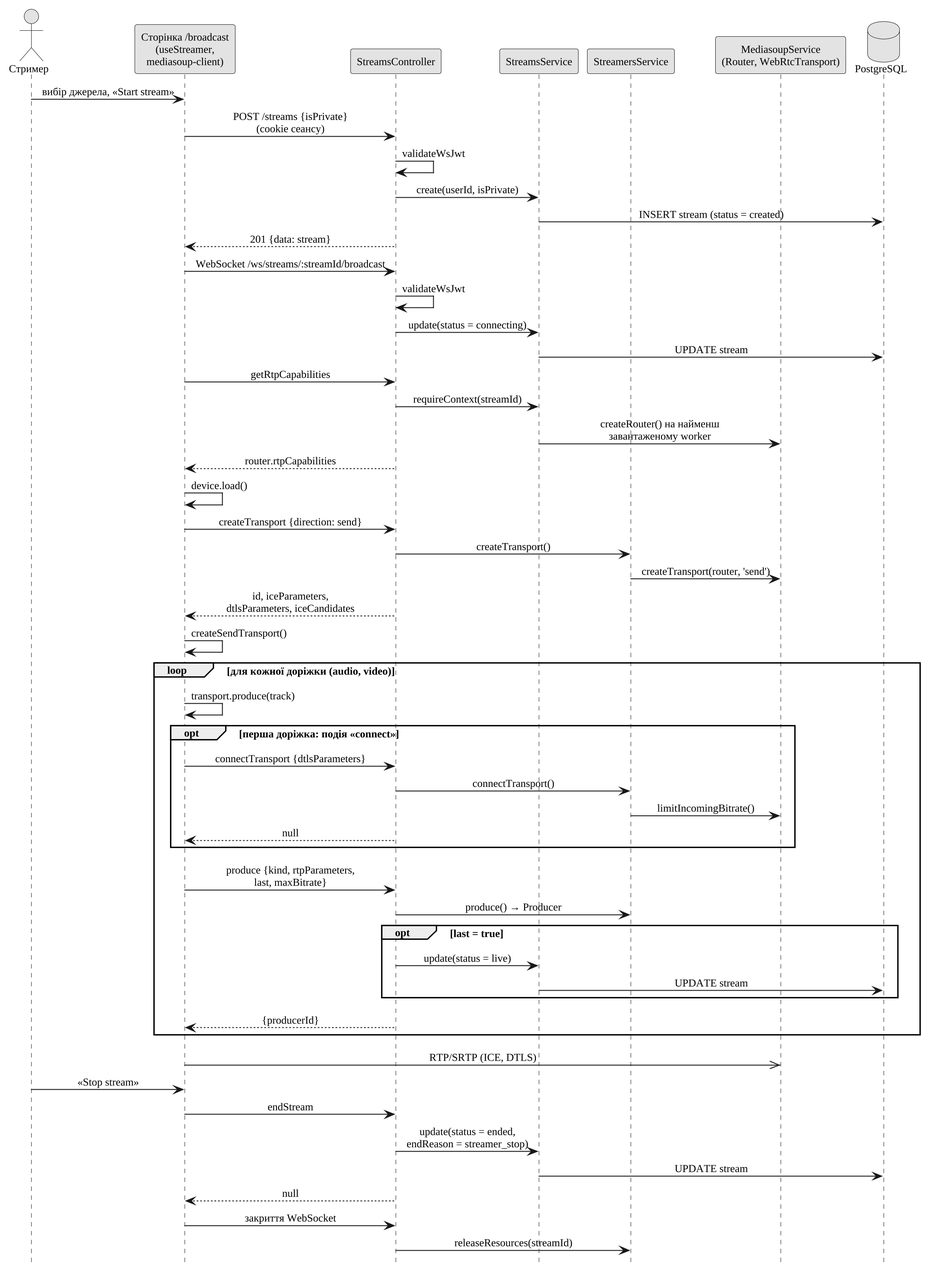
Above: thesis/diagrams/fig-seq-broadcast.png in Nikitos1926/stream-share (PlantUML), before the change. Source of this version:
```plantuml
@startuml
!pragma layout smetana
skinparam defaultFontName "Liberation Serif"
skinparam dpi 200
skinparam shadowing false
skinparam monochrome true
skinparam defaultFontSize 12
skinparam sequenceMessageAlign center
hide footbox

actor "Стример" as U
participant "Сторінка /broadcast\n(useStreamer,\nmediasoup-client)" as P
participant "StreamsController" as C
participant "StreamsService" as SS
participant "StreamersService" as ST
participant "MediasoupService\n(Router, WebRtcTransport)" as MS
database "PostgreSQL" as DB

U -> P : вибір джерела, «Start stream»
P -> C : POST /streams {isPrivate}\n(cookie сеансу)
C -> C : validateWsJwt
C -> SS : create(userId, isPrivate)
SS -> DB : INSERT stream (status = created)
C --> P : 201 {data: stream}

P -> C : WebSocket /ws/streams/:streamId/broadcast
C -> C : validateWsJwt
C -> SS : update(status = connecting)
SS -> DB : UPDATE stream

P -> C : getRtpCapabilities
C -> SS : requireContext(streamId)
SS -> MS : createRouter() на найменш\nзавантаженому worker
C --> P : router.rtpCapabilities
P -> P : device.load()

P -> C : createTransport {direction: send}
C -> ST : createTransport()
ST -> MS : createTransport(router, 'send')
C --> P : id, iceParameters,\ndtlsParameters, iceCandidates
P -> P : createSendTransport()

loop для кожної доріжки (audio, video)
  P -> P : transport.produce(track)
  opt перша доріжка: подія «connect»
    P -> C : connectTransport {dtlsParameters}
    C -> ST : connectTransport()
    ST -> MS : limitIncomingBitrate()
    C --> P : null
  end
  P -> C : produce {kind, rtpParameters,\nlast, maxBitrate}
  C -> ST : produce() → Producer
  opt last = true
    C -> SS : update(status = live)
    SS -> DB : UPDATE stream
  end
  C --> P : {producerId}
end

P ->> MS : RTP/SRTP (ICE, DTLS)

U -> P : «Stop stream»
P -> C : endStream
C -> SS : update(status = ended,\nendReason = streamer_stop)
SS -> DB : UPDATE stream
C --> P : null
P -> C : закриття WebSocket
C -> ST : releaseResources(streamId)
@enduml
```
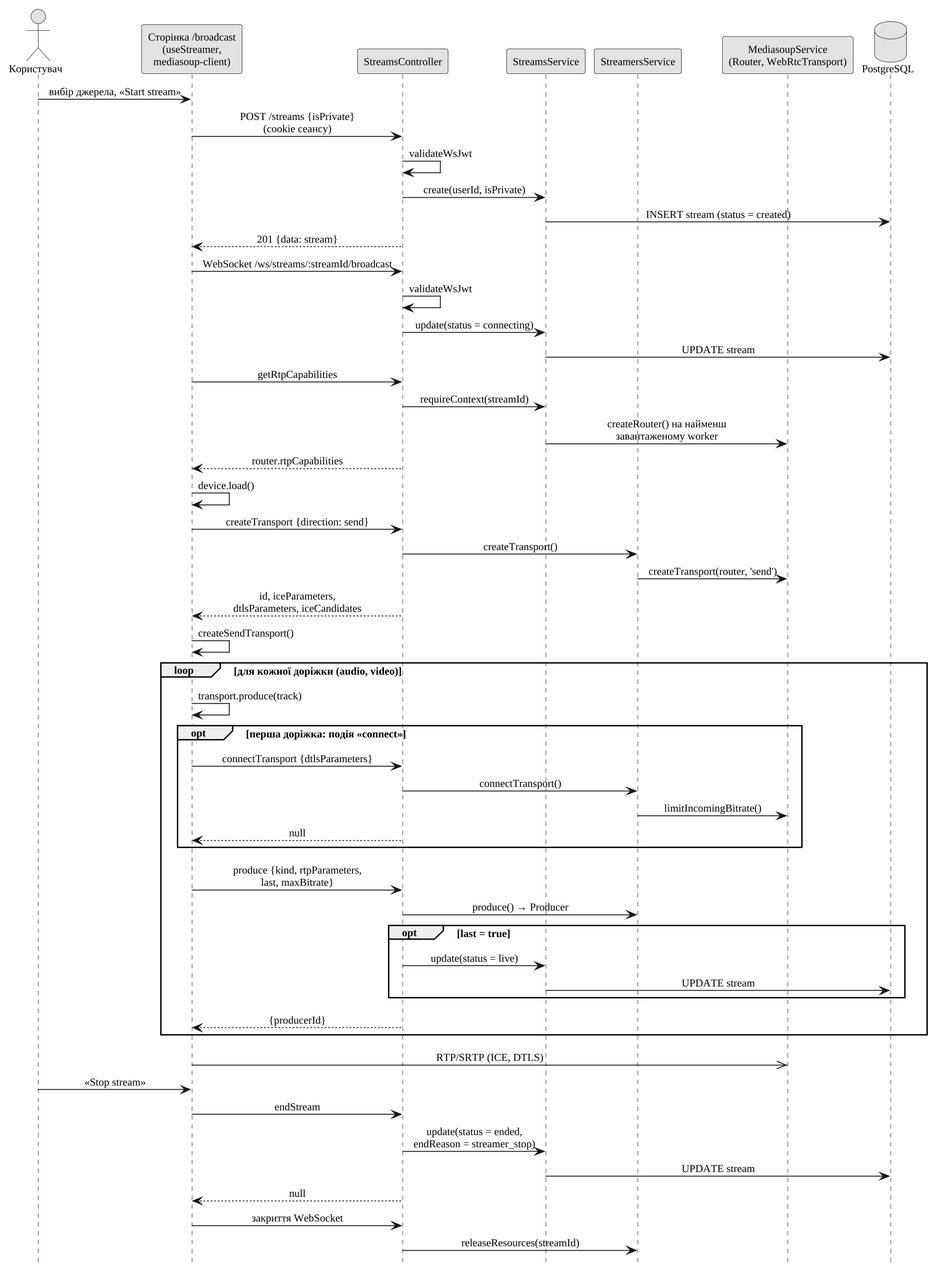
Above is the later version.

What changed in the source:
```diff
@@ -8,7 +8,7 @@
 skinparam sequenceMessageAlign center
 hide footbox
 
-actor "Стример" as U
+actor "Користувач" as U
 participant "Сторінка /broadcast\n(useStreamer,\nmediasoup-client)" as P
 participant "StreamsController" as C
 participant "StreamsService" as SS
```
